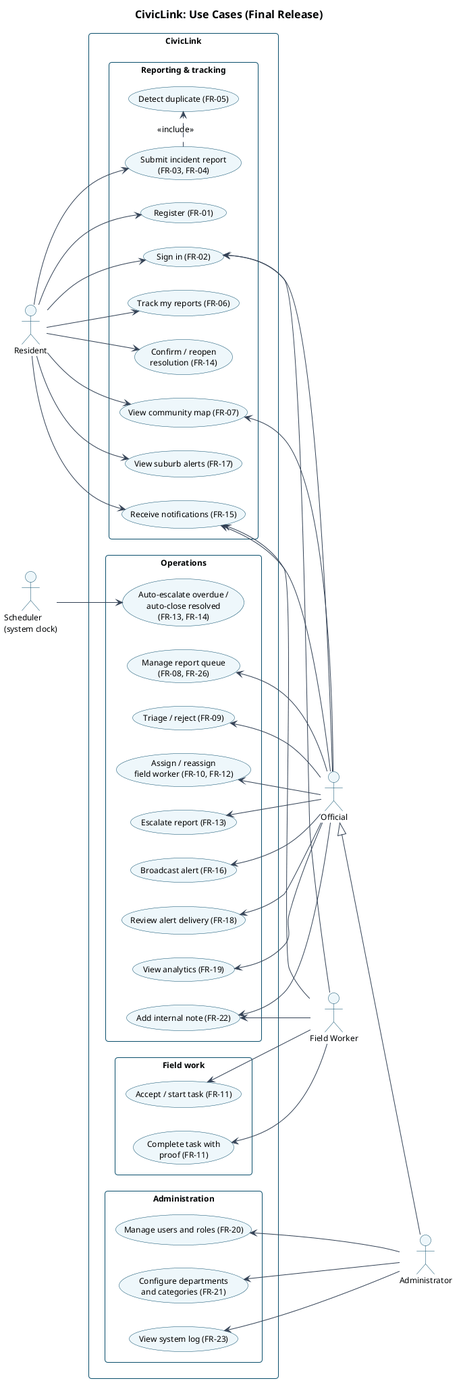
This is docs/diagrams/usecase.png from altechemist/civiclink, a PlantUML export, as it was before one commit.
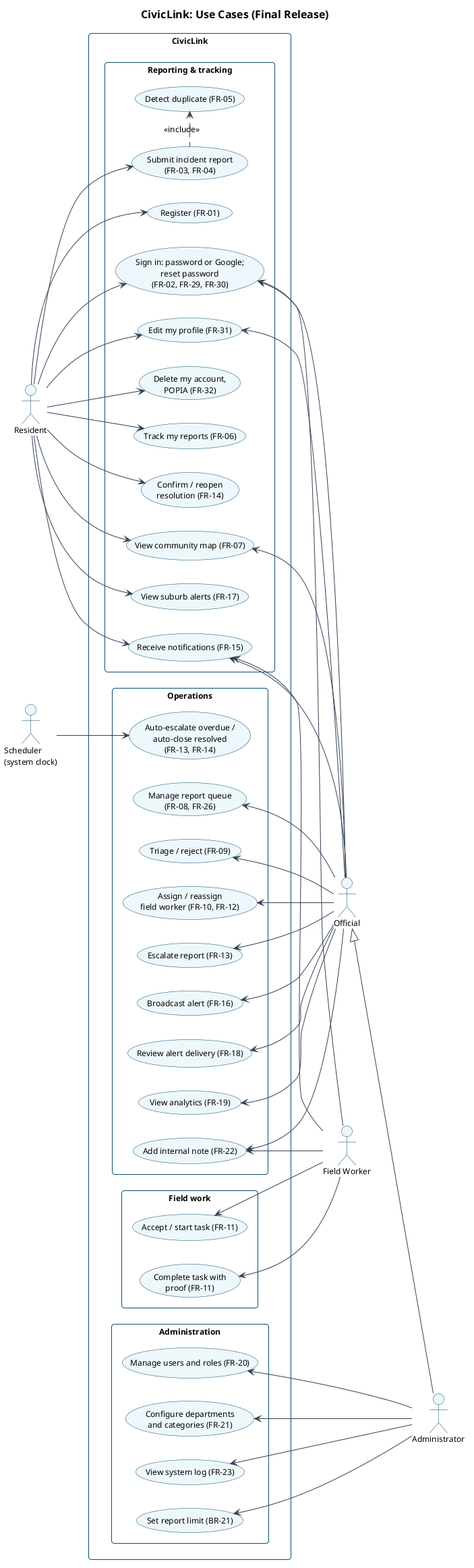
Above is the later version.

What changed in the source:
```diff
@@ -10,7 +10,9 @@
 rectangle CivicLink {
   package "Reporting & tracking" {
     usecase "Register (FR-01)" as UC1
-    usecase "Sign in (FR-02)" as UC2
+    usecase "Sign in: password or Google;\nreset password\n(FR-02, FR-29, FR-30)" as UC2
+    usecase "Edit my profile (FR-31)" as UC24
+    usecase "Delete my account,\nPOPIA (FR-32)" as UC25
     usecase "Submit incident report\n(FR-03, FR-04)" as UC3
     usecase "Detect duplicate (FR-05)" as UC4
     usecase "Track my reports (FR-06)" as UC5
@@ -38,6 +40,7 @@
     usecase "Manage users and roles (FR-20)" as UC20
     usecase "Configure departments\nand categories (FR-21)" as UC21
     usecase "View system log (FR-23)" as UC22
+    usecase "Set report limit (BR-21)" as UC26
   }
 }
 
@@ -55,9 +58,12 @@
 R --> UC7
 R --> UC8
 R --> UC9
+R --> UC24
+R --> UC25
 S --> UC23
 
 UC2 <-- O
+UC24 <-- O
 UC13 <-- O
 UC10 <-- O
 UC11 <-- O
@@ -76,4 +82,5 @@
 UC20 <-- A
 UC21 <-- A
 UC22 <-- A
+UC26 <-- A
 @enduml
```
